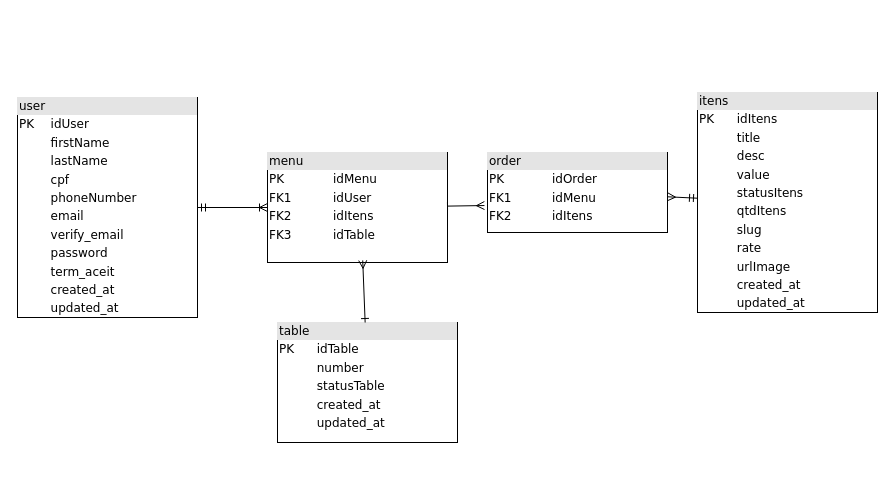
Before: mold/MER.drawio in andre-albuquerque01/literate-octo-potato, a draw.io diagram. Source tidied: cells renumbered, new cells numbered last; positions are measured from the earlier drawing's top-left corner, leaving out a move shared by most shapes. Both pictures are drawn from the tidied source at 100%, with x=0, y=0 at pixel (17, 92).
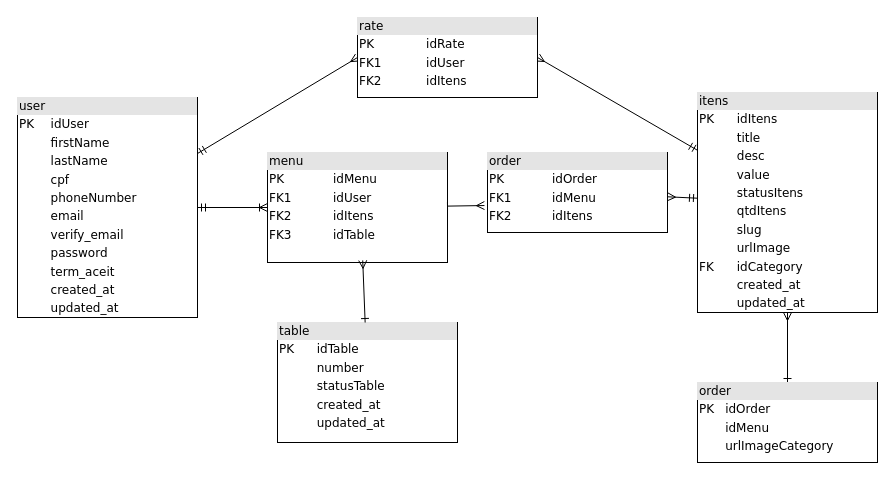
Above is the later version.

Commit message (it also covers changes not shown here):
improvement route

Diff of the diagram source:
```diff
@@
 <mxGraphModel>
   <root>
     <mxCell id="0" />
     <mxCell id="1" parent="0" />
     <mxCell id="2" value="&lt;div style=&quot;box-sizing: border-box ; width: 100% ; background: #e4e4e4 ; padding: 2px&quot;&gt;menu&lt;/div&gt;&lt;table style=&quot;width: 100% ; font-size: 1em&quot; cellpadding=&quot;2&quot; cellspacing=&quot;0&quot;&gt;&lt;tbody&gt;&lt;tr&gt;&lt;td&gt;PK&lt;/td&gt;&lt;td&gt;idMenu&lt;/td&gt;&lt;/tr&gt;&lt;tr&gt;&lt;td&gt;FK1&lt;/td&gt;&lt;td&gt;idUser&lt;/td&gt;&lt;/tr&gt;&lt;tr&gt;&lt;td&gt;FK2&lt;/td&gt;&lt;td&gt;idItens&lt;/td&gt;&lt;/tr&gt;&lt;tr&gt;&lt;td&gt;FK3&lt;/td&gt;&lt;td&gt;idTable&lt;/td&gt;&lt;/tr&gt;&lt;/tbody&gt;&lt;/table&gt;" style="verticalAlign=top;align=left;overflow=fill;html=1;rounded=0;shadow=0;comic=0;labelBackgroundColor=none;strokeWidth=1;fontFamily=Verdana;fontSize=12;" parent="1" vertex="1">
       <mxGeometry x="250" y="60" width="180" height="110" as="geometry" />
     </mxCell>
     <mxCell id="3" style="rounded=0;jettySize=auto;html=1;startArrow=ERmandOne;startFill=0;endArrow=ERmany;endFill=0;" parent="1" edge="1" source="4" target="9">
       <mxGeometry relative="1" as="geometry" />
     </mxCell>
+    <mxCell id="11" style="rounded=0;jettySize=auto;html=1;entryX=1;entryY=0.5;entryDx=0;entryDy=0;startArrow=ERmandOne;startFill=0;endArrow=ERmany;endFill=0;" parent="1" edge="1" source="4" target="15">
+      <mxGeometry relative="1" as="geometry" />
+    </mxCell>
-    <mxCell id="4" value="&lt;div style=&quot;box-sizing: border-box ; width: 100% ; background: #e4e4e4 ; padding: 2px&quot;&gt;itens&lt;/div&gt;&lt;table style=&quot;width: 100% ; font-size: 1em&quot; cellpadding=&quot;2&quot; cellspacing=&quot;0&quot;&gt;&lt;tbody&gt;&lt;tr&gt;&lt;td&gt;PK&lt;/td&gt;&lt;td&gt;idItens&lt;/td&gt;&lt;/tr&gt;&lt;tr&gt;&lt;td&gt;&lt;br&gt;&lt;/td&gt;&lt;td&gt;title&lt;/td&gt;&lt;/tr&gt;&lt;tr&gt;&lt;td&gt;&lt;/td&gt;&lt;td&gt;desc&lt;/td&gt;&lt;/tr&gt;&lt;tr&gt;&lt;td&gt;&lt;br&gt;&lt;/td&gt;&lt;td&gt;value&lt;/td&gt;&lt;/tr&gt;&lt;tr&gt;&lt;td&gt;&lt;br&gt;&lt;/td&gt;&lt;td&gt;statusItens&lt;br&gt;&lt;/td&gt;&lt;/tr&gt;&lt;tr&gt;&lt;td&gt;&lt;br&gt;&lt;/td&gt;&lt;td&gt;qtdItens&lt;br&gt;&lt;/td&gt;&lt;/tr&gt;&lt;tr&gt;&lt;td&gt;&lt;br&gt;&lt;/td&gt;&lt;td&gt;slug&lt;/td&gt;&lt;/tr&gt;&lt;tr&gt;&lt;td&gt;&lt;br&gt;&lt;/td&gt;&lt;td&gt;rate&lt;/td&gt;&lt;/tr&gt;&lt;tr&gt;&lt;td&gt;&lt;br&gt;&lt;/td&gt;&lt;td&gt;urlImage&lt;br&gt;&lt;/td&gt;&lt;/tr&gt;&lt;tr&gt;&lt;td&gt;&lt;br&gt;&lt;/td&gt;&lt;td&gt;created_at&lt;br&gt;&lt;/td&gt;&lt;/tr&gt;&lt;tr&gt;&lt;td&gt;&lt;br&gt;&lt;/td&gt;&lt;td&gt;updated_at&lt;br&gt;&lt;/td&gt;&lt;/tr&gt;&lt;/tbody&gt;&lt;/table&gt;" style="verticalAlign=top;align=left;overflow=fill;html=1;rounded=0;shadow=0;comic=0;labelBackgroundColor=none;strokeWidth=1;fontFamily=Verdana;fontSize=12;" parent="1" vertex="1">
+    <mxCell id="4" value="&lt;div style=&quot;box-sizing: border-box ; width: 100% ; background: #e4e4e4 ; padding: 2px&quot;&gt;itens&lt;/div&gt;&lt;table style=&quot;width: 100% ; font-size: 1em&quot; cellpadding=&quot;2&quot; cellspacing=&quot;0&quot;&gt;&lt;tbody&gt;&lt;tr&gt;&lt;td&gt;PK&lt;/td&gt;&lt;td&gt;idItens&lt;/td&gt;&lt;/tr&gt;&lt;tr&gt;&lt;td&gt;&lt;br&gt;&lt;/td&gt;&lt;td&gt;title&lt;/td&gt;&lt;/tr&gt;&lt;tr&gt;&lt;td&gt;&lt;/td&gt;&lt;td&gt;desc&lt;/td&gt;&lt;/tr&gt;&lt;tr&gt;&lt;td&gt;&lt;br&gt;&lt;/td&gt;&lt;td&gt;value&lt;/td&gt;&lt;/tr&gt;&lt;tr&gt;&lt;td&gt;&lt;br&gt;&lt;/td&gt;&lt;td&gt;statusItens&lt;br&gt;&lt;/td&gt;&lt;/tr&gt;&lt;tr&gt;&lt;td&gt;&lt;br&gt;&lt;/td&gt;&lt;td&gt;qtdItens&lt;br&gt;&lt;/td&gt;&lt;/tr&gt;&lt;tr&gt;&lt;td&gt;&lt;br&gt;&lt;/td&gt;&lt;td&gt;slug&lt;/td&gt;&lt;/tr&gt;&lt;tr&gt;&lt;td&gt;&lt;br&gt;&lt;/td&gt;&lt;td&gt;urlImage&lt;br&gt;&lt;/td&gt;&lt;/tr&gt;&lt;tr&gt;&lt;td&gt;FK&lt;/td&gt;&lt;td&gt;idCategory&lt;/td&gt;&lt;/tr&gt;&lt;tr&gt;&lt;td&gt;&lt;br&gt;&lt;/td&gt;&lt;td&gt;created_at&lt;br&gt;&lt;/td&gt;&lt;/tr&gt;&lt;tr&gt;&lt;td&gt;&lt;br&gt;&lt;/td&gt;&lt;td&gt;updated_at&lt;br&gt;&lt;/td&gt;&lt;/tr&gt;&lt;/tbody&gt;&lt;/table&gt;" style="verticalAlign=top;align=left;overflow=fill;html=1;rounded=0;shadow=0;comic=0;labelBackgroundColor=none;strokeWidth=1;fontFamily=Verdana;fontSize=12;" parent="1" vertex="1">
       <mxGeometry x="680" width="180" height="220" as="geometry" />
     </mxCell>
     <mxCell id="5" style="rounded=0;jettySize=auto;html=1;entryX=0;entryY=0.5;entryDx=0;entryDy=0;endArrow=ERoneToMany;endFill=0;startArrow=ERmandOne;startFill=0;" parent="1" edge="1" source="6" target="2">
       <mxGeometry relative="1" as="geometry" />
     </mxCell>
+    <mxCell id="12" style="rounded=0;jettySize=auto;html=1;entryX=0;entryY=0.5;entryDx=0;entryDy=0;startArrow=ERmandOne;startFill=0;endArrow=ERmany;endFill=0;" parent="1" edge="1" source="6" target="15">
+      <mxGeometry relative="1" as="geometry" />
+    </mxCell>
     <mxCell id="6" value="&lt;div style=&quot;box-sizing: border-box ; width: 100% ; background: #e4e4e4 ; padding: 2px&quot;&gt;user&lt;/div&gt;&lt;table style=&quot;width: 100% ; font-size: 1em&quot; cellpadding=&quot;2&quot; cellspacing=&quot;0&quot;&gt;&lt;tbody&gt;&lt;tr&gt;&lt;td&gt;PK&lt;/td&gt;&lt;td&gt;idUser&lt;/td&gt;&lt;/tr&gt;&lt;tr&gt;&lt;td&gt;&lt;br&gt;&lt;/td&gt;&lt;td&gt;firstName&lt;/td&gt;&lt;/tr&gt;&lt;tr&gt;&lt;td&gt;&lt;/td&gt;&lt;td&gt;lastName&lt;br&gt;&lt;/td&gt;&lt;/tr&gt;&lt;tr&gt;&lt;td&gt;&lt;br&gt;&lt;/td&gt;&lt;td&gt;cpf&lt;br&gt;&lt;/td&gt;&lt;/tr&gt;&lt;tr&gt;&lt;td&gt;&lt;br&gt;&lt;/td&gt;&lt;td&gt;phoneNumber&lt;br&gt;&lt;/td&gt;&lt;/tr&gt;&lt;tr&gt;&lt;td&gt;&lt;br&gt;&lt;/td&gt;&lt;td&gt;email&lt;br&gt;&lt;/td&gt;&lt;/tr&gt;&lt;tr&gt;&lt;td&gt;&lt;br&gt;&lt;/td&gt;&lt;td&gt;verify_email&lt;br&gt;&lt;/td&gt;&lt;/tr&gt;&lt;tr&gt;&lt;td&gt;&lt;br&gt;&lt;/td&gt;&lt;td&gt;password&lt;br&gt;&lt;/td&gt;&lt;/tr&gt;&lt;tr&gt;&lt;td&gt;&lt;br&gt;&lt;/td&gt;&lt;td&gt;term_aceit&lt;br&gt;&lt;/td&gt;&lt;/tr&gt;&lt;tr&gt;&lt;td&gt;&lt;br&gt;&lt;/td&gt;&lt;td&gt;created_at&lt;br&gt;&lt;/td&gt;&lt;/tr&gt;&lt;tr&gt;&lt;td&gt;&lt;br&gt;&lt;/td&gt;&lt;td&gt;updated_at&lt;/td&gt;&lt;/tr&gt;&lt;tr&gt;&lt;td&gt;&lt;br&gt;&lt;/td&gt;&lt;td&gt;&lt;br&gt;&lt;/td&gt;&lt;/tr&gt;&lt;tr&gt;&lt;td&gt;&lt;br&gt;&lt;/td&gt;&lt;td&gt;&lt;br&gt;&lt;/td&gt;&lt;/tr&gt;&lt;tr&gt;&lt;td&gt;&lt;br&gt;&lt;/td&gt;&lt;td&gt;&lt;br&gt;&lt;/td&gt;&lt;/tr&gt;&lt;tr&gt;&lt;td&gt;&lt;br&gt;&lt;/td&gt;&lt;td&gt;&lt;br&gt;&lt;/td&gt;&lt;/tr&gt;&lt;tr&gt;&lt;td&gt;&lt;br&gt;&lt;/td&gt;&lt;td&gt;&lt;br&gt;&lt;/td&gt;&lt;/tr&gt;&lt;tr&gt;&lt;td&gt;&lt;br&gt;&lt;/td&gt;&lt;td&gt;&lt;br&gt;&lt;/td&gt;&lt;/tr&gt;&lt;tr&gt;&lt;td&gt;&lt;br&gt;&lt;/td&gt;&lt;td&gt;&lt;br&gt;&lt;/td&gt;&lt;/tr&gt;&lt;tr&gt;&lt;td&gt;&lt;br&gt;&lt;/td&gt;&lt;td&gt;&lt;br&gt;&lt;/td&gt;&lt;/tr&gt;&lt;tr&gt;&lt;td&gt;&lt;br&gt;&lt;/td&gt;&lt;td&gt;&lt;br&gt;&lt;/td&gt;&lt;/tr&gt;&lt;/tbody&gt;&lt;/table&gt;" style="verticalAlign=top;align=left;overflow=fill;html=1;rounded=0;shadow=0;comic=0;labelBackgroundColor=none;strokeWidth=1;fontFamily=Verdana;fontSize=12;" parent="1" vertex="1">
       <mxGeometry y="5" width="180" height="220" as="geometry" />
     </mxCell>
     <mxCell id="7" value="&lt;div style=&quot;box-sizing: border-box ; width: 100% ; background: #e4e4e4 ; padding: 2px&quot;&gt;table&lt;/div&gt;&lt;table style=&quot;width: 100% ; font-size: 1em&quot; cellpadding=&quot;2&quot; cellspacing=&quot;0&quot;&gt;&lt;tbody&gt;&lt;tr&gt;&lt;td&gt;PK&lt;/td&gt;&lt;td&gt;idTable&lt;/td&gt;&lt;/tr&gt;&lt;tr&gt;&lt;td&gt;&lt;br&gt;&lt;/td&gt;&lt;td&gt;number&lt;/td&gt;&lt;/tr&gt;&lt;tr&gt;&lt;td&gt;&lt;br&gt;&lt;/td&gt;&lt;td&gt;statusTable&lt;/td&gt;&lt;/tr&gt;&lt;tr&gt;&lt;td&gt;&lt;br&gt;&lt;/td&gt;&lt;td&gt;created_at&lt;/td&gt;&lt;/tr&gt;&lt;tr&gt;&lt;td&gt;&lt;br&gt;&lt;/td&gt;&lt;td&gt;updated_at&lt;/td&gt;&lt;/tr&gt;&lt;/tbody&gt;&lt;/table&gt;" style="verticalAlign=top;align=left;overflow=fill;html=1;rounded=0;shadow=0;comic=0;labelBackgroundColor=none;strokeWidth=1;fontFamily=Verdana;fontSize=12;" parent="1" vertex="1">
       <mxGeometry x="260" y="230" width="180" height="120" as="geometry" />
     </mxCell>
     <mxCell id="8" style="rounded=0;jettySize=auto;html=1;entryX=0.529;entryY=0.981;entryDx=0;entryDy=0;entryPerimeter=0;elbow=vertical;endArrow=ERmany;endFill=0;startArrow=ERone;startFill=0;" parent="1" edge="1" source="7" target="2">
       <mxGeometry relative="1" as="geometry" />
     </mxCell>
     <mxCell id="9" value="&lt;div style=&quot;box-sizing: border-box ; width: 100% ; background: #e4e4e4 ; padding: 2px&quot;&gt;order&lt;/div&gt;&lt;table style=&quot;width: 100% ; font-size: 1em&quot; cellpadding=&quot;2&quot; cellspacing=&quot;0&quot;&gt;&lt;tbody&gt;&lt;tr&gt;&lt;td&gt;PK&lt;/td&gt;&lt;td&gt;idOrder&lt;/td&gt;&lt;/tr&gt;&lt;tr&gt;&lt;td&gt;FK1&lt;/td&gt;&lt;td&gt;idMenu&lt;/td&gt;&lt;/tr&gt;&lt;tr&gt;&lt;td&gt;FK2&lt;/td&gt;&lt;td&gt;idItens&lt;/td&gt;&lt;/tr&gt;&lt;/tbody&gt;&lt;/table&gt;" style="verticalAlign=top;align=left;overflow=fill;html=1;rounded=0;shadow=0;comic=0;labelBackgroundColor=none;strokeWidth=1;fontFamily=Verdana;fontSize=12;" parent="1" vertex="1">
       <mxGeometry x="470" y="60" width="180" height="80" as="geometry" />
     </mxCell>
     <mxCell id="10" style="rounded=0;jettySize=auto;html=1;entryX=-0.017;entryY=0.663;entryDx=0;entryDy=0;entryPerimeter=0;startArrow=baseDash;startFill=0;endArrow=ERmany;endFill=0;" parent="1" edge="1" source="2" target="9">
       <mxGeometry relative="1" as="geometry" />
     </mxCell>
+    <mxCell id="13" style="rounded=0;jettySize=auto;html=1;entryX=0.5;entryY=1;entryDx=0;entryDy=0;startArrow=ERone;startFill=0;endArrow=ERmany;endFill=0;" parent="1" edge="1" source="14" target="4">
+      <mxGeometry relative="1" as="geometry" />
+    </mxCell>
+    <mxCell id="14" value="&lt;div style=&quot;box-sizing: border-box ; width: 100% ; background: #e4e4e4 ; padding: 2px&quot;&gt;order&lt;/div&gt;&lt;table style=&quot;width: 100% ; font-size: 1em&quot; cellpadding=&quot;2&quot; cellspacing=&quot;0&quot;&gt;&lt;tbody&gt;&lt;tr&gt;&lt;td&gt;PK&lt;/td&gt;&lt;td&gt;idOrder&lt;/td&gt;&lt;/tr&gt;&lt;tr&gt;&lt;td&gt;&lt;br&gt;&lt;/td&gt;&lt;td&gt;idMenu&lt;/td&gt;&lt;/tr&gt;&lt;tr&gt;&lt;td&gt;&lt;br&gt;&lt;/td&gt;&lt;td&gt;urlImageCategory&lt;/td&gt;&lt;/tr&gt;&lt;/tbody&gt;&lt;/table&gt;" style="verticalAlign=top;align=left;overflow=fill;html=1;rounded=0;shadow=0;comic=0;labelBackgroundColor=none;strokeWidth=1;fontFamily=Verdana;fontSize=12;" parent="1" vertex="1">
+      <mxGeometry x="680" y="290" width="180" height="80" as="geometry" />
+    </mxCell>
+    <mxCell id="15" value="&lt;div style=&quot;box-sizing: border-box ; width: 100% ; background: #e4e4e4 ; padding: 2px&quot;&gt;rate&lt;/div&gt;&lt;table style=&quot;width: 100% ; font-size: 1em&quot; cellpadding=&quot;2&quot; cellspacing=&quot;0&quot;&gt;&lt;tbody&gt;&lt;tr&gt;&lt;td&gt;PK&lt;/td&gt;&lt;td&gt;idRate&lt;/td&gt;&lt;/tr&gt;&lt;tr&gt;&lt;td&gt;FK1&lt;/td&gt;&lt;td&gt;idUser&lt;/td&gt;&lt;/tr&gt;&lt;tr&gt;&lt;td&gt;FK2&lt;/td&gt;&lt;td&gt;idItens&lt;/td&gt;&lt;/tr&gt;&lt;/tbody&gt;&lt;/table&gt;" style="verticalAlign=top;align=left;overflow=fill;html=1;rounded=0;shadow=0;comic=0;labelBackgroundColor=none;strokeWidth=1;fontFamily=Verdana;fontSize=12;" parent="1" vertex="1">
+      <mxGeometry x="340" y="-75" width="180" height="80" as="geometry" />
+    </mxCell>
   </root>
 </mxGraphModel>
```
